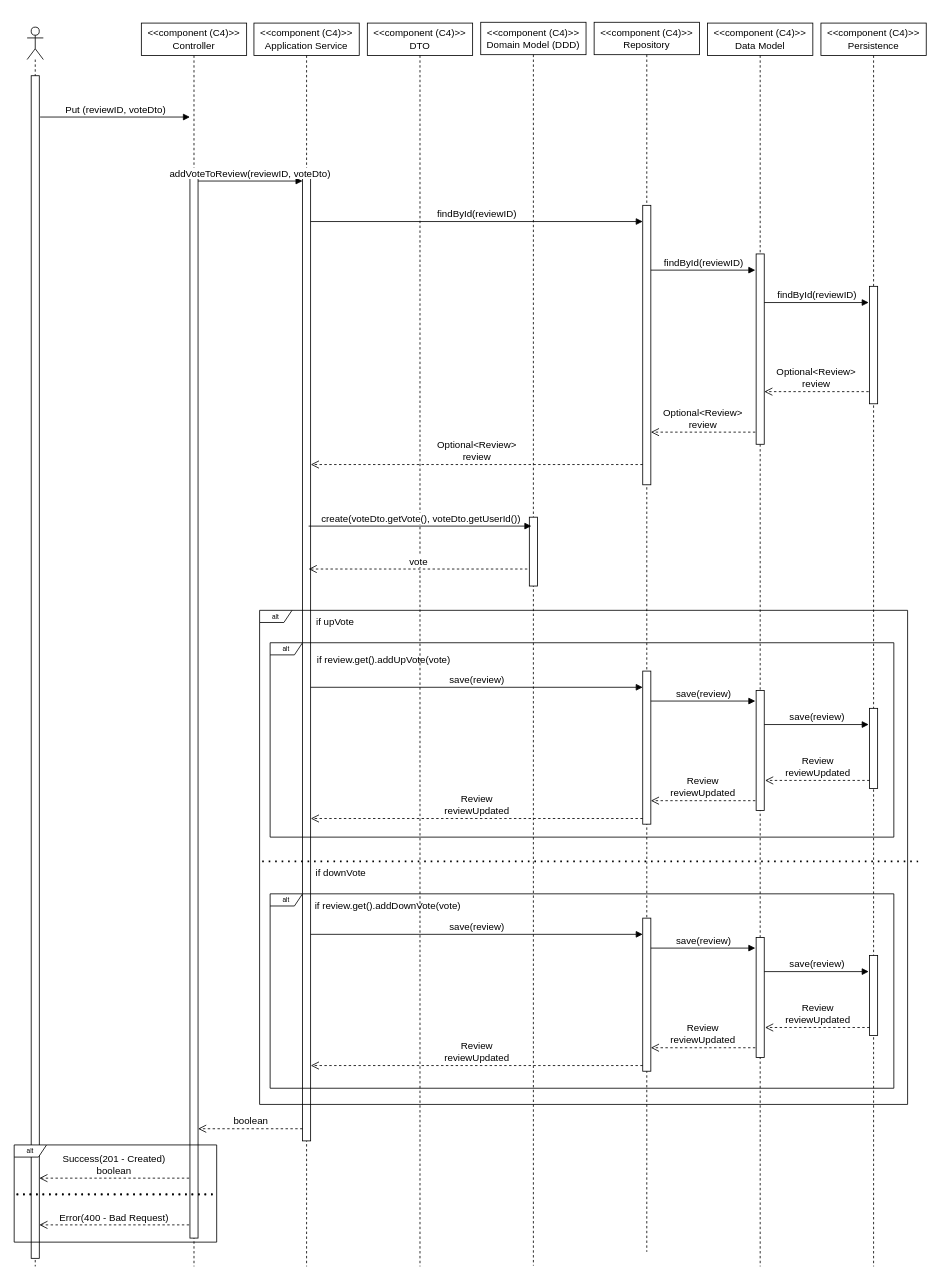
Earlier version of the draw.io diagram page "N3_VP_Put_Review - Vote" (17 of 20) of drawio/acme_documentation.drawio (andre34gomes/ARQSOFT). Source tidied: cells renumbered, new cells numbered last; positions are measured from the earlier drawing's top-left corner, leaving out a move shared by most shapes. Both pictures are drawn from the tidied source at 81%, with x=0, y=0 at pixel (14, 22).
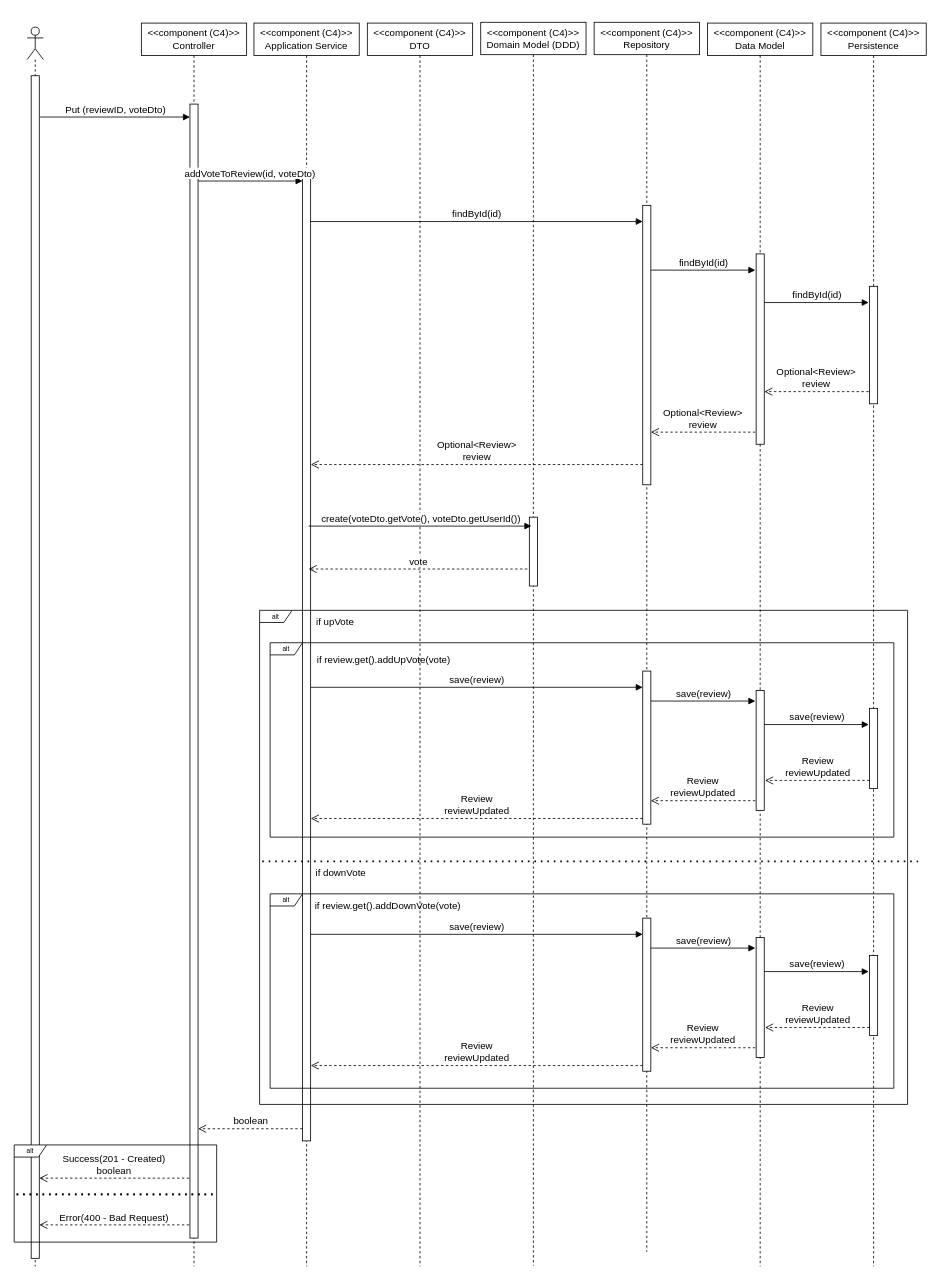
The same diagram, later.

Unchanged cells that the change refers to:
```xml
<mxCell id="7" value="&amp;lt;&amp;lt;component (C4)&amp;gt;&amp;gt;&lt;br&gt;Controller" style="shape=umlLifeline;perimeter=lifelinePerimeter;whiteSpace=wrap;html=1;newEdgeStyle={&quot;edgeStyle&quot;:&quot;elbowEdgeStyle&quot;,&quot;elbow&quot;:&quot;vertical&quot;,&quot;curved&quot;:0,&quot;rounded&quot;:0};strokeColor=default;align=center;verticalAlign=middle;fontFamily=Helvetica;fontSize=12;fontColor=default;fillColor=default;" parent="1" vertex="1">
  <mxGeometry x="157" y="1" width="130" height="1535" as="geometry" />
</mxCell>
<mxCell id="37" style="html=1;points=[[0,0,0,0,5],[0,1,0,0,-5],[1,0,0,0,5],[1,1,0,0,-5]];perimeter=orthogonalPerimeter;outlineConnect=0;targetShapes=umlLifeline;portConstraint=eastwest;newEdgeStyle={&quot;curved&quot;:0,&quot;rounded&quot;:0};strokeColor=default;align=center;verticalAlign=middle;fontFamily=Helvetica;fontSize=12;fontColor=default;fillColor=default;" parent="1" vertex="1">
  <mxGeometry x="776" y="226" width="10" height="345" as="geometry" />
</mxCell>
```

The edit, as a diff of the source:
```diff
@@
     <mxCell id="8" style="html=1;perimeter=orthogonalPerimeter;targetShapes=umlLifeline;newEdgeStyle={&quot;curved&quot;:0,&quot;rounded&quot;:0};strokeColor=default;align=center;verticalAlign=middle;fontFamily=Helvetica;fontSize=12;fontColor=default;fillColor=default;" parent="7" vertex="1">
-      <mxGeometry x="60" y="180" width="10" height="1320" as="geometry" />
+      <mxGeometry x="60" y="100" width="10" height="1400" as="geometry" />
     </mxCell>
@@
-    <mxCell id="32" value="addVoteToReview(reviewID, voteDto)" style="html=1;verticalAlign=bottom;endArrow=block;curved=0;rounded=0;fontFamily=Helvetica;fontSize=12;fontColor=default;" parent="1" edge="1">
+    <mxCell id="32" value="addVoteToReview(id, voteDto)" style="html=1;verticalAlign=bottom;endArrow=block;curved=0;rounded=0;fontFamily=Helvetica;fontSize=12;fontColor=default;" parent="1" edge="1">
       <mxGeometry x="-0.01" relative="1" as="geometry">
         <mxPoint x="227" y="196" as="sourcePoint" />
         <mxPoint x="356" y="196" as="targetPoint" />
       </mxGeometry>
     </mxCell>
@@
-    <mxCell id="40" value="findById(reviewID)" style="html=1;verticalAlign=bottom;endArrow=block;curved=0;rounded=0;fontFamily=Helvetica;fontSize=12;fontColor=default;" parent="1" edge="1" target="37">
+    <mxCell id="40" value="findById(id)" style="html=1;verticalAlign=bottom;endArrow=block;curved=0;rounded=0;fontFamily=Helvetica;fontSize=12;fontColor=default;" parent="1" edge="1" target="37">
       <mxGeometry relative="1" as="geometry">
         <mxPoint x="366" y="246" as="sourcePoint" />
       </mxGeometry>
     </mxCell>
-    <mxCell id="41" value="findById(reviewID)" style="html=1;verticalAlign=bottom;endArrow=block;curved=0;rounded=0;fontFamily=Helvetica;fontSize=12;fontColor=default;" parent="1" edge="1">
+    <mxCell id="41" value="findById(id)" style="html=1;verticalAlign=bottom;endArrow=block;curved=0;rounded=0;fontFamily=Helvetica;fontSize=12;fontColor=default;" parent="1" edge="1">
       <mxGeometry relative="1" as="geometry">
         <mxPoint x="786" y="306" as="sourcePoint" />
         <mxPoint x="915" y="306" as="targetPoint" />
       </mxGeometry>
     </mxCell>
-    <mxCell id="42" value="findById(reviewID)" style="html=1;verticalAlign=bottom;endArrow=block;curved=0;rounded=0;fontFamily=Helvetica;fontSize=12;fontColor=default;" parent="1" edge="1">
+    <mxCell id="42" value="findById(id)" style="html=1;verticalAlign=bottom;endArrow=block;curved=0;rounded=0;fontFamily=Helvetica;fontSize=12;fontColor=default;" parent="1" edge="1">
       <mxGeometry relative="1" as="geometry">
         <mxPoint x="926" y="346" as="sourcePoint" />
         <mxPoint x="1055" y="346" as="targetPoint" />
       </mxGeometry>
     </mxCell>
```
